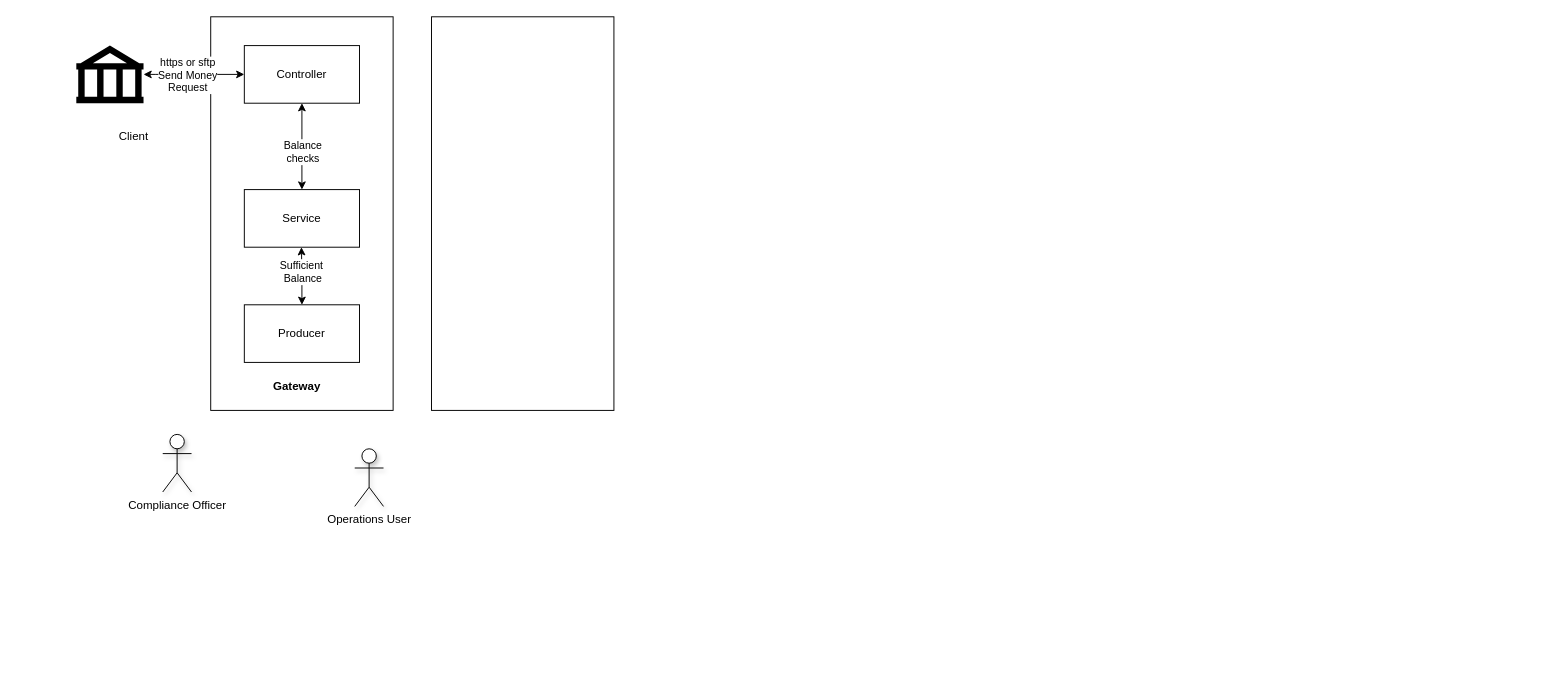
Before: page "Connection Diagram" (9 of 10) of Parking.drawio in suhasark/bits-mtech-work, a draw.io diagram. Source tidied: cells renumbered, new cells numbered last; positions are measured from the earlier drawing's top-left corner, leaving out a move shared by most shapes. Both pictures are drawn from the tidied source at 96%, with x=0, y=0 at pixel (76, 16). Pictures stored in the file or linked from it are replaced by grey dashed boxes.
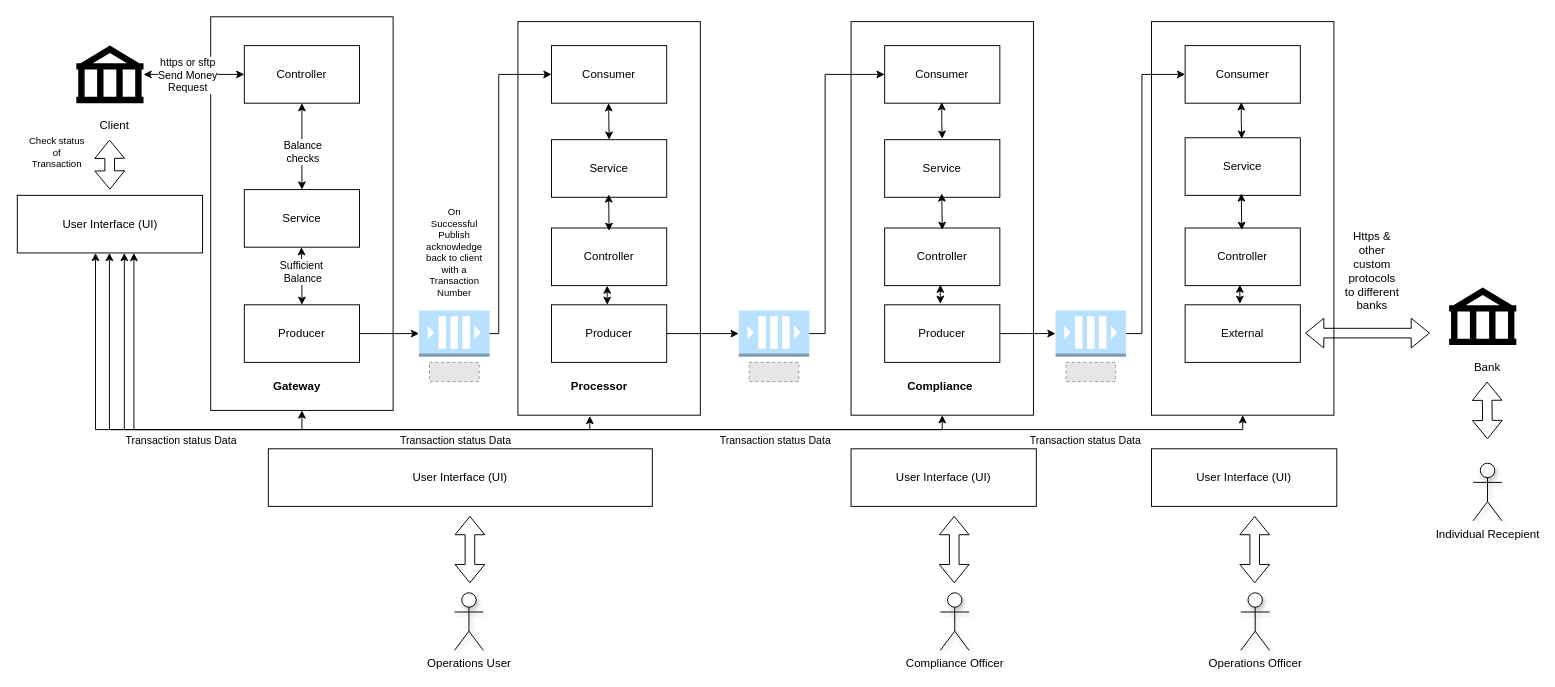
The same diagram, later.

Commit message:
Connection Diagram

The change refers to these unchanged cells:
```xml
<mxCell id="2" style="rounded=0;whiteSpace=wrap;html=1;hachureGap=4;" parent="1" vertex="1">
  <mxGeometry x="140" width="190" height="410" as="geometry" />
</mxCell>
<mxCell id="13" value="Producer" style="rounded=0;whiteSpace=wrap;html=1;hachureGap=4;" parent="1" vertex="1">
  <mxGeometry x="175" y="300" width="120" height="60" as="geometry" />
</mxCell>
```

What changed in the source:
```diff
@@
     <mxCell id="3" value="Operations User" style="shape=umlActor;verticalLabelPosition=bottom;verticalAlign=top;html=1;hachureGap=4;shadow=1;" parent="1" vertex="1">
-      <mxGeometry x="290" y="450" width="30" height="60" as="geometry" />
+      <mxGeometry x="394" y="600" width="30" height="60" as="geometry" />
     </mxCell>
     <mxCell id="4" value="Compliance Officer" style="shape=umlActor;verticalLabelPosition=bottom;verticalAlign=top;html=1;hachureGap=4;shadow=1;" parent="1" vertex="1">
-      <mxGeometry x="90" y="435" width="30" height="60" as="geometry" />
+      <mxGeometry x="900" y="600" width="30" height="60" as="geometry" />
     </mxCell>
@@
     <mxCell id="8" value="Client" style="text;html=1;align=center;verticalAlign=middle;whiteSpace=wrap;rounded=0;" parent="1" vertex="1">
-      <mxGeometry x="30" y="110" width="60" height="30" as="geometry" />
+      <mxGeometry x="10" y="98" width="60" height="30" as="geometry" />
     </mxCell>
@@
+    <mxCell id="18" style="edgeStyle=elbowEdgeStyle;rounded=0;hachureGap=4;jettySize=auto;html=1;exitX=1;exitY=0.5;exitDx=0;exitDy=0;" parent="1" edge="1" source="13" target="19">
+      <mxGeometry relative="1" as="geometry" />
+    </mxCell>
@@
     <mxCell id="17" style="rounded=0;whiteSpace=wrap;html=1;hachureGap=4;" parent="1" vertex="1">
-      <mxGeometry x="370" width="190" height="410" as="geometry" />
+      <mxGeometry x="460" y="5" width="190" height="410" as="geometry" />
     </mxCell>
+    <mxCell id="19" style="outlineConnect=0;dashed=0;verticalLabelPosition=bottom;verticalAlign=top;align=center;html=1;shape=mxgraph.aws3.queue;fillColor=#B8E0FF;gradientColor=none;hachureGap=4;" parent="1" vertex="1">
+      <mxGeometry x="357" y="306" width="73.5" height="48" as="geometry" />
+    </mxCell>
+    <mxCell id="20" style="edgeStyle=orthogonalEdgeStyle;rounded=0;hachureGap=4;jettySize=auto;html=1;exitX=1;exitY=0.5;exitDx=0;exitDy=0;exitPerimeter=0;entryX=0;entryY=0.5;entryDx=0;entryDy=0;" parent="1" edge="1" source="19" target="24">
+      <mxGeometry relative="1" as="geometry">
+        <Array as="points">
+          <mxPoint x="440" y="330" />
+          <mxPoint x="440" y="60" />
+        </Array>
+      </mxGeometry>
+    </mxCell>
+    <mxCell id="21" style="fillColor=#E6E6E6;strokeColor=#999999;dashed=1;verticalLabelPosition=bottom;labelBackgroundColor=default;verticalAlign=top;" parent="1" vertex="1">
+      <mxGeometry x="367.9" y="360" width="51.7" height="20" as="geometry" />
+    </mxCell>
+    <mxCell id="22" value="Controller" style="rounded=0;whiteSpace=wrap;html=1;hachureGap=4;" parent="1" vertex="1">
+      <mxGeometry x="495" y="220" width="120" height="60" as="geometry" />
+    </mxCell>
+    <mxCell id="23" value="Service" style="rounded=0;whiteSpace=wrap;html=1;hachureGap=4;" parent="1" vertex="1">
+      <mxGeometry x="495" y="128" width="120" height="60" as="geometry" />
+    </mxCell>
+    <mxCell id="24" value="Consumer" style="rounded=0;whiteSpace=wrap;html=1;hachureGap=4;" parent="1" vertex="1">
+      <mxGeometry x="495" y="30" width="120" height="60" as="geometry" />
+    </mxCell>
+    <mxCell id="25" value="User Interface (UI)" style="rounded=0;whiteSpace=wrap;html=1;hachureGap=4;" parent="1" vertex="1">
+      <mxGeometry x="807" y="450" width="193" height="60" as="geometry" />
+    </mxCell>
+    <mxCell id="26" style="shape=flexArrow;endArrow=classic;startArrow=classic;html=1;rounded=0;hachureGap=4;" parent="1" edge="1">
+      <mxGeometry relative="1" as="geometry">
+        <mxPoint x="914.5" y="590" as="sourcePoint" />
+        <mxPoint x="914.5" y="520" as="targetPoint" />
+      </mxGeometry>
+    </mxCell>
+    <mxCell id="27" style="shape=flexArrow;endArrow=classic;startArrow=classic;html=1;rounded=0;hachureGap=4;" parent="1" edge="1">
+      <mxGeometry relative="1" as="geometry">
+        <mxPoint x="410" y="590" as="sourcePoint" />
+        <mxPoint x="410" y="520" as="targetPoint" />
+      </mxGeometry>
+    </mxCell>
+    <mxCell id="28" value="Producer" style="rounded=0;whiteSpace=wrap;html=1;hachureGap=4;" parent="1" vertex="1">
+      <mxGeometry x="495" y="300" width="120" height="60" as="geometry" />
+    </mxCell>
+    <mxCell id="29" value="Processor" style="text;html=1;align=center;verticalAlign=middle;whiteSpace=wrap;rounded=0;fontStyle=1;" parent="1" vertex="1">
+      <mxGeometry x="515" y="370" width="60" height="30" as="geometry" />
+    </mxCell>
+    <mxCell id="30" style="outlineConnect=0;dashed=0;verticalLabelPosition=bottom;verticalAlign=top;align=center;html=1;shape=mxgraph.aws3.queue;fillColor=#B8E0FF;gradientColor=none;hachureGap=4;" parent="1" vertex="1">
+      <mxGeometry x="690" y="306" width="73.5" height="48" as="geometry" />
+    </mxCell>
+    <mxCell id="31" style="fillColor=#E6E6E6;strokeColor=#999999;dashed=1;verticalLabelPosition=bottom;labelBackgroundColor=default;verticalAlign=top;" parent="1" vertex="1">
+      <mxGeometry x="700.9" y="360" width="51.7" height="20" as="geometry" />
+    </mxCell>
+    <mxCell id="32" style="rounded=0;whiteSpace=wrap;html=1;hachureGap=4;" parent="1" vertex="1">
+      <mxGeometry x="807" y="5" width="190" height="410" as="geometry" />
+    </mxCell>
+    <mxCell id="33" value="Controller" style="rounded=0;whiteSpace=wrap;html=1;hachureGap=4;" parent="1" vertex="1">
+      <mxGeometry x="842" y="220" width="120" height="60" as="geometry" />
+    </mxCell>
+    <mxCell id="34" value="Service" style="rounded=0;whiteSpace=wrap;html=1;hachureGap=4;" parent="1" vertex="1">
+      <mxGeometry x="842" y="128" width="120" height="60" as="geometry" />
+    </mxCell>
+    <mxCell id="35" value="Consumer" style="rounded=0;whiteSpace=wrap;html=1;hachureGap=4;" parent="1" vertex="1">
+      <mxGeometry x="842" y="30" width="120" height="60" as="geometry" />
+    </mxCell>
+    <mxCell id="36" style="edgeStyle=elbowEdgeStyle;rounded=0;hachureGap=4;jettySize=auto;html=1;exitX=1;exitY=0.5;exitDx=0;exitDy=0;" parent="1" edge="1" source="37" target="48">
+      <mxGeometry relative="1" as="geometry" />
+    </mxCell>
+    <mxCell id="37" value="Producer" style="rounded=0;whiteSpace=wrap;html=1;hachureGap=4;" parent="1" vertex="1">
+      <mxGeometry x="842" y="300" width="120" height="60" as="geometry" />
+    </mxCell>
+    <mxCell id="38" value="Compliance" style="text;html=1;align=center;verticalAlign=middle;whiteSpace=wrap;rounded=0;fontStyle=1;" parent="1" vertex="1">
+      <mxGeometry x="870" y="370" width="60" height="30" as="geometry" />
+    </mxCell>
+    <mxCell id="39" style="edgeStyle=elbowEdgeStyle;rounded=0;hachureGap=4;jettySize=auto;elbow=vertical;html=1;exitX=1;exitY=0.5;exitDx=0;exitDy=0;entryX=0;entryY=0.5;entryDx=0;entryDy=0;entryPerimeter=0;" parent="1" edge="1" source="28" target="30">
+      <mxGeometry relative="1" as="geometry" />
+    </mxCell>
+    <mxCell id="40" style="edgeStyle=elbowEdgeStyle;rounded=0;hachureGap=4;jettySize=auto;html=1;exitX=1;exitY=0.5;exitDx=0;exitDy=0;exitPerimeter=0;entryX=0;entryY=0.5;entryDx=0;entryDy=0;" parent="1" edge="1" source="30" target="35">
+      <mxGeometry relative="1" as="geometry">
+        <Array as="points">
+          <mxPoint x="780" y="200" />
+        </Array>
+      </mxGeometry>
+    </mxCell>
+    <mxCell id="41" value="User Interface (UI)" style="rounded=0;whiteSpace=wrap;html=1;hachureGap=4;" parent="1" vertex="1">
+      <mxGeometry x="200" y="450" width="400" height="60" as="geometry" />
+    </mxCell>
+    <mxCell id="42" style="rounded=0;whiteSpace=wrap;html=1;hachureGap=4;" parent="1" vertex="1">
+      <mxGeometry x="1120" y="5" width="190" height="410" as="geometry" />
+    </mxCell>
+    <mxCell id="43" value="Controller" style="rounded=0;whiteSpace=wrap;html=1;hachureGap=4;" parent="1" vertex="1">
+      <mxGeometry x="1155" y="220" width="120" height="60" as="geometry" />
+    </mxCell>
+    <mxCell id="44" value="Service" style="rounded=0;whiteSpace=wrap;html=1;hachureGap=4;" parent="1" vertex="1">
+      <mxGeometry x="1155" y="126" width="120" height="60" as="geometry" />
+    </mxCell>
+    <mxCell id="45" value="Consumer" style="rounded=0;whiteSpace=wrap;html=1;hachureGap=4;" parent="1" vertex="1">
+      <mxGeometry x="1155" y="30" width="120" height="60" as="geometry" />
+    </mxCell>
+    <mxCell id="46" value="External" style="rounded=0;whiteSpace=wrap;html=1;hachureGap=4;" parent="1" vertex="1">
+      <mxGeometry x="1155" y="300" width="120" height="60" as="geometry" />
+    </mxCell>
+    <mxCell id="47" style="edgeStyle=elbowEdgeStyle;rounded=0;hachureGap=4;jettySize=auto;html=1;exitX=1;exitY=0.5;exitDx=0;exitDy=0;exitPerimeter=0;entryX=0;entryY=0.5;entryDx=0;entryDy=0;" parent="1" edge="1" source="48" target="45">
+      <mxGeometry relative="1" as="geometry">
+        <Array as="points">
+          <mxPoint x="1110" y="200" />
+        </Array>
+      </mxGeometry>
+    </mxCell>
+    <mxCell id="48" style="outlineConnect=0;dashed=0;verticalLabelPosition=bottom;verticalAlign=top;align=center;html=1;shape=mxgraph.aws3.queue;fillColor=#B8E0FF;gradientColor=none;hachureGap=4;" parent="1" vertex="1">
+      <mxGeometry x="1020" y="306" width="73.5" height="48" as="geometry" />
+    </mxCell>
+    <mxCell id="49" style="fillColor=#E6E6E6;strokeColor=#999999;dashed=1;verticalLabelPosition=bottom;labelBackgroundColor=default;verticalAlign=top;" parent="1" vertex="1">
+      <mxGeometry x="1030.9" y="360" width="51.7" height="20" as="geometry" />
+    </mxCell>
+    <mxCell id="50" style="shape=flexArrow;endArrow=classic;startArrow=classic;html=1;rounded=0;hachureGap=4;" parent="1" edge="1">
+      <mxGeometry relative="1" as="geometry">
+        <mxPoint x="1280" y="329.5" as="sourcePoint" />
+        <mxPoint x="1410" y="329.5" as="targetPoint" />
+      </mxGeometry>
+    </mxCell>
+    <mxCell id="51" value="Https &amp;amp; other custom protocols to different banks" style="text;html=1;align=center;verticalAlign=middle;whiteSpace=wrap;rounded=0;" parent="1" vertex="1">
+      <mxGeometry x="1320" y="250" width="60" height="30" as="geometry" />
+    </mxCell>
+    <mxCell id="52" value="Operations Officer" style="shape=umlActor;verticalLabelPosition=bottom;verticalAlign=top;html=1;hachureGap=4;shadow=1;" parent="1" vertex="1">
+      <mxGeometry x="1213" y="600" width="30" height="60" as="geometry" />
+    </mxCell>
+    <mxCell id="53" value="User Interface (UI)" style="rounded=0;whiteSpace=wrap;html=1;hachureGap=4;" parent="1" vertex="1">
+      <mxGeometry x="1120" y="450" width="193" height="60" as="geometry" />
+    </mxCell>
+    <mxCell id="54" style="shape=flexArrow;endArrow=classic;startArrow=classic;html=1;rounded=0;hachureGap=4;" parent="1" edge="1">
+      <mxGeometry relative="1" as="geometry">
+        <mxPoint x="1227.5" y="590" as="sourcePoint" />
+        <mxPoint x="1227.5" y="520" as="targetPoint" />
+      </mxGeometry>
+    </mxCell>
+    <mxCell id="55" style="edgeStyle=orthogonalEdgeStyle;rounded=0;hachureGap=4;jettySize=auto;html=1;exitX=0.5;exitY=1;exitDx=0;exitDy=0;strokeColor=default;align=center;verticalAlign=middle;fontFamily=Helvetica;fontSize=11;fontColor=default;labelBackgroundColor=default;startArrow=classic;startFill=1;endArrow=classic;entryX=0.5;entryY=0;entryDx=0;entryDy=0;" parent="1" edge="1" target="23">
+      <mxGeometry relative="1" as="geometry">
+        <mxPoint x="554.5" y="90" as="sourcePoint" />
+      </mxGeometry>
+    </mxCell>
+    <mxCell id="56" style="edgeStyle=orthogonalEdgeStyle;rounded=0;hachureGap=4;orthogonalLoop=1;jettySize=auto;html=1;exitX=0.5;exitY=1;exitDx=0;exitDy=0;strokeColor=default;align=center;verticalAlign=middle;fontFamily=Helvetica;fontSize=11;fontColor=default;labelBackgroundColor=default;startArrow=classic;startFill=1;endArrow=classic;entryX=0.5;entryY=0;entryDx=0;entryDy=0;" parent="1" edge="1">
+      <mxGeometry relative="1" as="geometry">
+        <mxPoint x="554.5" y="185" as="sourcePoint" />
+        <mxPoint x="555" y="223" as="targetPoint" />
+      </mxGeometry>
+    </mxCell>
+    <mxCell id="57" style="edgeStyle=orthogonalEdgeStyle;rounded=0;hachureGap=4;orthogonalLoop=1;jettySize=auto;html=1;strokeColor=default;align=center;verticalAlign=middle;fontFamily=Helvetica;fontSize=11;fontColor=default;labelBackgroundColor=default;startArrow=classic;startFill=1;endArrow=classic;" parent="1" edge="1">
+      <mxGeometry relative="1" as="geometry">
+        <mxPoint x="553" y="280" as="sourcePoint" />
+        <mxPoint x="553" y="300" as="targetPoint" />
+      </mxGeometry>
+    </mxCell>
+    <mxCell id="58" value="On Successful Publish acknowledge back to client with a Transaction Number" style="text;html=1;align=center;verticalAlign=middle;whiteSpace=wrap;rounded=0;fontSize=10;" parent="1" vertex="1">
+      <mxGeometry x="364" y="230" width="60" height="30" as="geometry" />
+    </mxCell>
+    <mxCell id="59" style="shape=mxgraph.signs.travel.bank;html=1;fillColor=#000000;strokeColor=none;verticalLabelPosition=bottom;verticalAlign=top;align=center;hachureGap=4;" parent="1" vertex="1">
+      <mxGeometry x="1430" y="282" width="70" height="60" as="geometry" />
+    </mxCell>
+    <mxCell id="60" value="Bank" style="text;html=1;align=center;verticalAlign=middle;whiteSpace=wrap;rounded=0;" parent="1" vertex="1">
+      <mxGeometry x="1440" y="350" width="60" height="30" as="geometry" />
+    </mxCell>
+    <mxCell id="61" style="shape=flexArrow;endArrow=classic;startArrow=classic;html=1;rounded=0;hachureGap=4;" parent="1" edge="1">
+      <mxGeometry relative="1" as="geometry">
+        <mxPoint x="1469.5" y="380" as="sourcePoint" />
+        <mxPoint x="1470" y="440" as="targetPoint" />
+      </mxGeometry>
+    </mxCell>
+    <mxCell id="62" value="Individual Recepient" style="shape=umlActor;verticalLabelPosition=bottom;verticalAlign=top;html=1;hachureGap=4;shadow=1;" parent="1" vertex="1">
+      <mxGeometry x="1455" y="465" width="30" height="60" as="geometry" />
+    </mxCell>
+    <mxCell id="63" style="edgeStyle=orthogonalEdgeStyle;rounded=0;hachureGap=4;orthogonalLoop=1;jettySize=auto;html=1;exitX=0.5;exitY=1;exitDx=0;exitDy=0;strokeColor=default;align=center;verticalAlign=middle;fontFamily=Helvetica;fontSize=11;fontColor=default;labelBackgroundColor=default;startArrow=classic;startFill=1;endArrow=classic;entryX=0.5;entryY=0;entryDx=0;entryDy=0;" parent="1" edge="1">
+      <mxGeometry relative="1" as="geometry">
+        <mxPoint x="901.5" y="89" as="sourcePoint" />
+        <mxPoint x="902" y="127" as="targetPoint" />
+        <Array as="points">
+          <mxPoint x="902" y="109" />
+          <mxPoint x="902" y="109" />
+        </Array>
+      </mxGeometry>
+    </mxCell>
+    <mxCell id="64" style="edgeStyle=orthogonalEdgeStyle;rounded=0;hachureGap=4;orthogonalLoop=1;jettySize=auto;html=1;exitX=0.5;exitY=1;exitDx=0;exitDy=0;strokeColor=default;align=center;verticalAlign=middle;fontFamily=Helvetica;fontSize=11;fontColor=default;labelBackgroundColor=default;startArrow=classic;startFill=1;endArrow=classic;entryX=0.5;entryY=0;entryDx=0;entryDy=0;" parent="1" edge="1">
+      <mxGeometry relative="1" as="geometry">
+        <mxPoint x="901.5" y="184" as="sourcePoint" />
+        <mxPoint x="902" y="222" as="targetPoint" />
+      </mxGeometry>
+    </mxCell>
+    <mxCell id="65" style="edgeStyle=orthogonalEdgeStyle;rounded=0;hachureGap=4;orthogonalLoop=1;jettySize=auto;html=1;strokeColor=default;align=center;verticalAlign=middle;fontFamily=Helvetica;fontSize=11;fontColor=default;labelBackgroundColor=default;startArrow=classic;startFill=1;endArrow=classic;" parent="1" edge="1">
+      <mxGeometry relative="1" as="geometry">
+        <mxPoint x="900" y="279" as="sourcePoint" />
+        <mxPoint x="900" y="299" as="targetPoint" />
+      </mxGeometry>
+    </mxCell>
+    <mxCell id="66" style="edgeStyle=orthogonalEdgeStyle;rounded=0;hachureGap=4;orthogonalLoop=1;jettySize=auto;html=1;exitX=0.5;exitY=1;exitDx=0;exitDy=0;strokeColor=default;align=center;verticalAlign=middle;fontFamily=Helvetica;fontSize=11;fontColor=default;labelBackgroundColor=default;startArrow=classic;startFill=1;endArrow=classic;entryX=0.5;entryY=0;entryDx=0;entryDy=0;" parent="1" edge="1">
+      <mxGeometry relative="1" as="geometry">
+        <mxPoint x="1213.5" y="89" as="sourcePoint" />
+        <mxPoint x="1214" y="127" as="targetPoint" />
+        <Array as="points">
+          <mxPoint x="1214" y="109" />
+          <mxPoint x="1214" y="109" />
+        </Array>
+      </mxGeometry>
+    </mxCell>
+    <mxCell id="67" style="edgeStyle=orthogonalEdgeStyle;rounded=0;hachureGap=4;orthogonalLoop=1;jettySize=auto;html=1;exitX=0.5;exitY=1;exitDx=0;exitDy=0;strokeColor=default;align=center;verticalAlign=middle;fontFamily=Helvetica;fontSize=11;fontColor=default;labelBackgroundColor=default;startArrow=classic;startFill=1;endArrow=classic;entryX=0.5;entryY=0;entryDx=0;entryDy=0;" parent="1" edge="1">
+      <mxGeometry relative="1" as="geometry">
+        <mxPoint x="1213.5" y="184" as="sourcePoint" />
+        <mxPoint x="1214" y="222" as="targetPoint" />
+      </mxGeometry>
+    </mxCell>
+    <mxCell id="68" style="edgeStyle=orthogonalEdgeStyle;rounded=0;hachureGap=4;orthogonalLoop=1;jettySize=auto;html=1;strokeColor=default;align=center;verticalAlign=middle;fontFamily=Helvetica;fontSize=11;fontColor=default;labelBackgroundColor=default;startArrow=classic;startFill=1;endArrow=classic;" parent="1" edge="1">
+      <mxGeometry relative="1" as="geometry">
+        <mxPoint x="1212" y="279" as="sourcePoint" />
+        <mxPoint x="1212" y="299" as="targetPoint" />
+      </mxGeometry>
+    </mxCell>
+    <mxCell id="69" value="User Interface (UI)" style="rounded=0;whiteSpace=wrap;html=1;hachureGap=4;" parent="1" vertex="1">
+      <mxGeometry x="-61.5" y="186" width="193" height="60" as="geometry" />
+    </mxCell>
+    <mxCell id="70" style="shape=flexArrow;endArrow=classic;startArrow=classic;html=1;rounded=0;hachureGap=4;" parent="1" edge="1">
+      <mxGeometry relative="1" as="geometry">
+        <mxPoint x="35" y="180" as="sourcePoint" />
+        <mxPoint x="34.5" y="128" as="targetPoint" />
+      </mxGeometry>
+    </mxCell>
+    <mxCell id="71" value="Check status of Transaction" style="text;html=1;align=center;verticalAlign=middle;whiteSpace=wrap;rounded=0;fontSize=10;" parent="1" vertex="1">
+      <mxGeometry x="-50" y="126" width="60" height="30" as="geometry" />
+    </mxCell>
+    <mxCell id="72" style="edgeStyle=orthogonalEdgeStyle;rounded=0;hachureGap=4;jettySize=auto;html=1;exitX=0.5;exitY=1;exitDx=0;exitDy=0;entryX=0.5;entryY=1;entryDx=0;entryDy=0;strokeColor=default;align=center;verticalAlign=middle;fontFamily=Helvetica;fontSize=11;fontColor=default;labelBackgroundColor=default;startArrow=classic;startFill=1;endArrow=classic;" parent="1" edge="1" target="2">
+      <mxGeometry relative="1" as="geometry">
+        <mxPoint x="34.5" y="246" as="sourcePoint" />
+        <Array as="points">
+          <mxPoint x="35" y="430" />
+          <mxPoint x="235" y="430" />
+        </Array>
+      </mxGeometry>
+    </mxCell>
+    <mxCell id="73" value="Transaction status Data" style="edgeLabel;html=1;align=center;verticalAlign=middle;sketch=1;hachureGap=4;jiggle=2;curveFitting=1;" parent="72" vertex="1">
+      <mxGeometry x="0.6" y="1" relative="1" as="geometry">
+        <mxPoint x="-66" y="11" as="offset" />
+      </mxGeometry>
+    </mxCell>
+    <mxCell id="74" style="edgeStyle=orthogonalEdgeStyle;rounded=0;hachureGap=4;orthogonalLoop=1;jettySize=auto;html=1;exitX=0.5;exitY=1;exitDx=0;exitDy=0;entryX=0.447;entryY=1.002;entryDx=0;entryDy=0;strokeColor=default;align=center;verticalAlign=middle;fontFamily=Helvetica;fontSize=11;fontColor=default;labelBackgroundColor=default;startArrow=classic;startFill=1;endArrow=classic;entryPerimeter=0;" parent="1" edge="1">
+      <mxGeometry relative="1" as="geometry">
+        <mxPoint x="20" y="246" as="sourcePoint" />
+        <mxPoint x="534.9" y="415.8" as="targetPoint" />
+        <Array as="points">
+          <mxPoint x="20" y="430" />
+          <mxPoint x="535" y="430" />
+        </Array>
+      </mxGeometry>
+    </mxCell>
+    <mxCell id="75" value="Transaction status Data" style="edgeLabel;html=1;align=center;verticalAlign=middle;sketch=1;hachureGap=4;jiggle=2;curveFitting=1;" parent="74" vertex="1">
+      <mxGeometry x="0.6" y="1" relative="1" as="geometry">
+        <mxPoint x="-12" y="11" as="offset" />
+      </mxGeometry>
+    </mxCell>
+    <mxCell id="76" style="edgeStyle=orthogonalEdgeStyle;rounded=0;hachureGap=4;jettySize=auto;html=1;exitX=0.5;exitY=1;exitDx=0;exitDy=0;entryX=0.5;entryY=1;entryDx=0;entryDy=0;strokeColor=default;align=center;verticalAlign=middle;fontFamily=Helvetica;fontSize=11;fontColor=default;labelBackgroundColor=default;startArrow=classic;startFill=1;endArrow=classic;" parent="1" edge="1" target="32">
+      <mxGeometry relative="1" as="geometry">
+        <mxPoint x="50" y="246" as="sourcePoint" />
+        <Array as="points">
+          <mxPoint x="50" y="430" />
+          <mxPoint x="902" y="430" />
+        </Array>
+      </mxGeometry>
+    </mxCell>
+    <mxCell id="77" value="Transaction status Data" style="edgeLabel;html=1;align=center;verticalAlign=middle;sketch=1;hachureGap=4;jiggle=2;curveFitting=1;" parent="76" vertex="1">
+      <mxGeometry x="0.6" y="1" relative="1" as="geometry">
+        <mxPoint x="20" y="11" as="offset" />
+      </mxGeometry>
+    </mxCell>
+    <mxCell id="78" style="edgeStyle=orthogonalEdgeStyle;rounded=0;hachureGap=4;jettySize=auto;html=1;exitX=0.5;exitY=1;exitDx=0;exitDy=0;entryX=0.5;entryY=1;entryDx=0;entryDy=0;strokeColor=default;align=center;verticalAlign=middle;fontFamily=Helvetica;fontSize=11;fontColor=default;labelBackgroundColor=default;startArrow=classic;startFill=1;endArrow=classic;" parent="1" edge="1" target="42">
+      <mxGeometry relative="1" as="geometry">
+        <mxPoint x="60" y="246" as="sourcePoint" />
+        <Array as="points">
+          <mxPoint x="60" y="430" />
+          <mxPoint x="1215" y="430" />
+        </Array>
+      </mxGeometry>
+    </mxCell>
+    <mxCell id="79" value="Transaction status Data" style="edgeLabel;html=1;align=center;verticalAlign=middle;sketch=1;hachureGap=4;jiggle=2;curveFitting=1;" parent="78" vertex="1">
+      <mxGeometry x="0.6" y="1" relative="1" as="geometry">
+        <mxPoint x="91" y="11" as="offset" />
+      </mxGeometry>
+    </mxCell>
```
